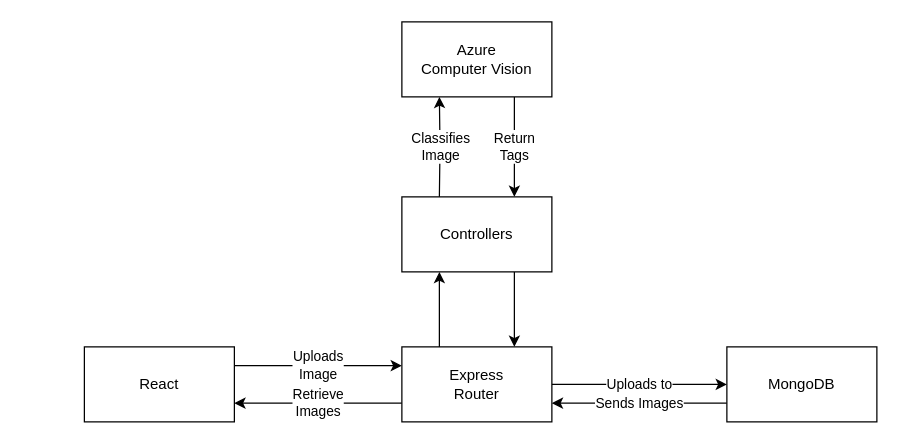
felipegust/photo-galery-with-ai keeps this draw.io diagram as design/components.drawio. Above is the earlier version. Source tidied: cells renumbered, new cells numbered last; positions are measured from the earlier drawing's top-left corner, leaving out a move shared by most shapes. Both pictures are drawn from the tidied source at 125%, with x=0, y=0 at pixel (84, 21).
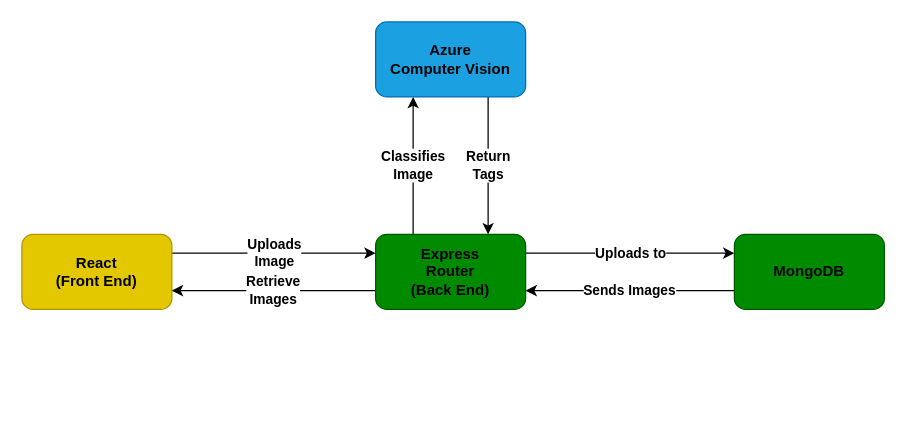
After the change.

The edit, as a diff of the source:
```diff
@@
 <mxGraphModel>
   <root>
     <mxCell id="0" />
     <mxCell id="1" parent="0" />
-    <mxCell id="2" value="Uploads&lt;br&gt;Image" style="edgeStyle=orthogonalEdgeStyle;rounded=0;jettySize=auto;html=1;entryX=0;entryY=0.25;entryDx=0;entryDy=0;exitX=1;exitY=0.25;exitDx=0;exitDy=0;" parent="1" edge="1" source="3" target="10">
+    <mxCell id="2" value="Uploads&lt;br&gt;Image" style="edgeStyle=orthogonalEdgeStyle;rounded=0;jettySize=auto;html=1;entryX=0;entryY=0.25;entryDx=0;entryDy=0;exitX=1;exitY=0.25;exitDx=0;exitDy=0;fontStyle=1;" parent="1" edge="1" source="3" target="10">
       <mxGeometry relative="1" as="geometry" />
     </mxCell>
-    <mxCell id="3" value="React" style="rounded=0;whiteSpace=wrap;html=1;" parent="1" vertex="1">
-      <mxGeometry y="260" width="120" height="60" as="geometry" />
+    <mxCell id="3" value="React&lt;br&gt;(Front End)" style="rounded=1;whiteSpace=wrap;html=1;fillColor=#e3c800;strokeColor=#B09500;fontColor=#000000;fontStyle=1;" parent="1" vertex="1">
+      <mxGeometry x="-50" y="170" width="120" height="60" as="geometry" />
     </mxCell>
-    <mxCell id="4" value="Sends Images" style="edgeStyle=orthogonalEdgeStyle;rounded=0;jettySize=auto;html=1;entryX=1;entryY=0.75;entryDx=0;entryDy=0;exitX=0;exitY=0.75;exitDx=0;exitDy=0;" parent="1" edge="1" source="5" target="10">
+    <mxCell id="4" value="Sends Images" style="edgeStyle=orthogonalEdgeStyle;rounded=0;jettySize=auto;html=1;entryX=1;entryY=0.75;entryDx=0;entryDy=0;exitX=0;exitY=0.75;exitDx=0;exitDy=0;fontStyle=1;" parent="1" edge="1" source="5" target="10">
       <mxGeometry relative="1" as="geometry">
         <Array as="points">
-          <mxPoint x="474" y="305" />
-          <mxPoint x="474" y="305" />
+          <mxPoint x="453" y="215" />
+          <mxPoint x="453" y="215" />
         </Array>
       </mxGeometry>
     </mxCell>
-    <mxCell id="5" value="MongoDB" style="rounded=0;whiteSpace=wrap;html=1;" parent="1" vertex="1">
-      <mxGeometry x="514" y="260" width="120" height="60" as="geometry" />
+    <mxCell id="5" value="MongoDB" style="rounded=1;whiteSpace=wrap;html=1;fillColor=#008a00;fontStyle=1;strokeColor=#005700;fontColor=#050505;" parent="1" vertex="1">
+      <mxGeometry x="520" y="170" width="120" height="60" as="geometry" />
     </mxCell>
-    <mxCell id="6" value="Uploads to" style="edgeStyle=orthogonalEdgeStyle;rounded=0;jettySize=auto;html=1;entryX=0;entryY=0.5;entryDx=0;entryDy=0;" parent="1" edge="1" source="10" target="5">
+    <mxCell id="6" value="Uploads to" style="edgeStyle=orthogonalEdgeStyle;rounded=0;jettySize=auto;html=1;entryX=0;entryY=0.25;entryDx=0;entryDy=0;exitX=1;exitY=0.25;exitDx=0;exitDy=0;fontStyle=1;" parent="1" edge="1" source="10" target="5">
       <mxGeometry relative="1" as="geometry" />
     </mxCell>
-    <mxCell id="7" value="Retrieve&lt;br&gt;Images" style="edgeStyle=orthogonalEdgeStyle;rounded=0;jettySize=auto;html=1;entryX=1;entryY=0.75;entryDx=0;entryDy=0;exitX=0;exitY=0.75;exitDx=0;exitDy=0;" parent="1" edge="1" source="10" target="3">
+    <mxCell id="7" value="Retrieve&lt;br&gt;Images" style="edgeStyle=orthogonalEdgeStyle;rounded=0;jettySize=auto;html=1;entryX=1;entryY=0.75;entryDx=0;entryDy=0;exitX=0;exitY=0.75;exitDx=0;exitDy=0;fontStyle=1;" parent="1" edge="1" source="10" target="3">
       <mxGeometry relative="1" as="geometry" />
     </mxCell>
-    <mxCell id="8" value="Classifies&lt;br&gt;Image" style="edgeStyle=orthogonalEdgeStyle;rounded=0;jettySize=auto;html=1;entryX=0.25;entryY=1;entryDx=0;entryDy=0;entryPerimeter=0;" parent="1" edge="1" target="12">
-      <mxGeometry relative="1" as="geometry">
-        <mxPoint x="284" y="140" as="sourcePoint" />
-      </mxGeometry>
+    <mxCell id="8" value="Classifies&lt;br&gt;Image" style="edgeStyle=orthogonalEdgeStyle;rounded=0;jettySize=auto;html=1;entryX=0.25;entryY=1;entryDx=0;entryDy=0;entryPerimeter=0;exitX=0.25;exitY=0;exitDx=0;exitDy=0;fontStyle=1;" parent="1" edge="1" source="10" target="12">
+      <mxGeometry relative="1" as="geometry" />
     </mxCell>
-    <mxCell id="9" style="edgeStyle=orthogonalEdgeStyle;rounded=0;jettySize=auto;html=1;exitX=0.25;exitY=0;exitDx=0;exitDy=0;entryX=0.25;entryY=1;entryDx=0;entryDy=0;" parent="1" edge="1" source="10" target="14">
-      <mxGeometry relative="1" as="geometry" />
-    </mxCell>
-    <mxCell id="10" value="Express&lt;br&gt;Router" style="rounded=0;whiteSpace=wrap;html=1;" parent="1" vertex="1">
-      <mxGeometry x="254" y="260" width="120" height="60" as="geometry" />
+    <mxCell id="10" value="Express&lt;br&gt;Router&lt;br&gt;(Back End)" style="rounded=1;whiteSpace=wrap;html=1;fillColor=#008a00;fontStyle=1;strokeColor=#005700;fontColor=#000000;" parent="1" vertex="1">
+      <mxGeometry x="233" y="170" width="120" height="60" as="geometry" />
     </mxCell>
-    <mxCell id="11" value="Return &lt;br&gt;Tags" style="edgeStyle=orthogonalEdgeStyle;rounded=0;jettySize=auto;html=1;exitX=0.75;exitY=1;exitDx=0;exitDy=0;" parent="1" edge="1" source="12">
-      <mxGeometry relative="1" as="geometry">
-        <mxPoint x="344" y="140" as="targetPoint" />
-      </mxGeometry>
+    <mxCell id="11" value="Return &lt;br&gt;Tags" style="edgeStyle=orthogonalEdgeStyle;rounded=0;jettySize=auto;html=1;exitX=0.75;exitY=1;exitDx=0;exitDy=0;entryX=0.75;entryY=0;entryDx=0;entryDy=0;fontStyle=1;" parent="1" edge="1" source="12" target="10">
+      <mxGeometry relative="1" as="geometry" />
     </mxCell>
-    <mxCell id="12" value="Azure&lt;br&gt;Computer Vision" style="rounded=0;whiteSpace=wrap;html=1;" parent="1" vertex="1">
-      <mxGeometry x="254" width="120" height="60" as="geometry" />
+    <mxCell id="12" value="Azure&lt;br&gt;Computer Vision" style="rounded=1;whiteSpace=wrap;html=1;fillColor=#1ba1e2;strokeColor=#006EAF;fontColor=#030202;fontStyle=1;" parent="1" vertex="1">
+      <mxGeometry x="233" width="120" height="60" as="geometry" />
     </mxCell>
-    <mxCell id="13" style="edgeStyle=orthogonalEdgeStyle;rounded=0;jettySize=auto;html=1;exitX=0.75;exitY=1;exitDx=0;exitDy=0;entryX=0.75;entryY=0;entryDx=0;entryDy=0;" parent="1" edge="1" source="14" target="10">
-      <mxGeometry relative="1" as="geometry" />
-    </mxCell>
-    <mxCell id="14" value="Controllers" style="rounded=0;whiteSpace=wrap;html=1;" parent="1" vertex="1">
-      <mxGeometry x="254" y="140" width="120" height="60" as="geometry" />
-    </mxCell>
   </root>
 </mxGraphModel>
```
